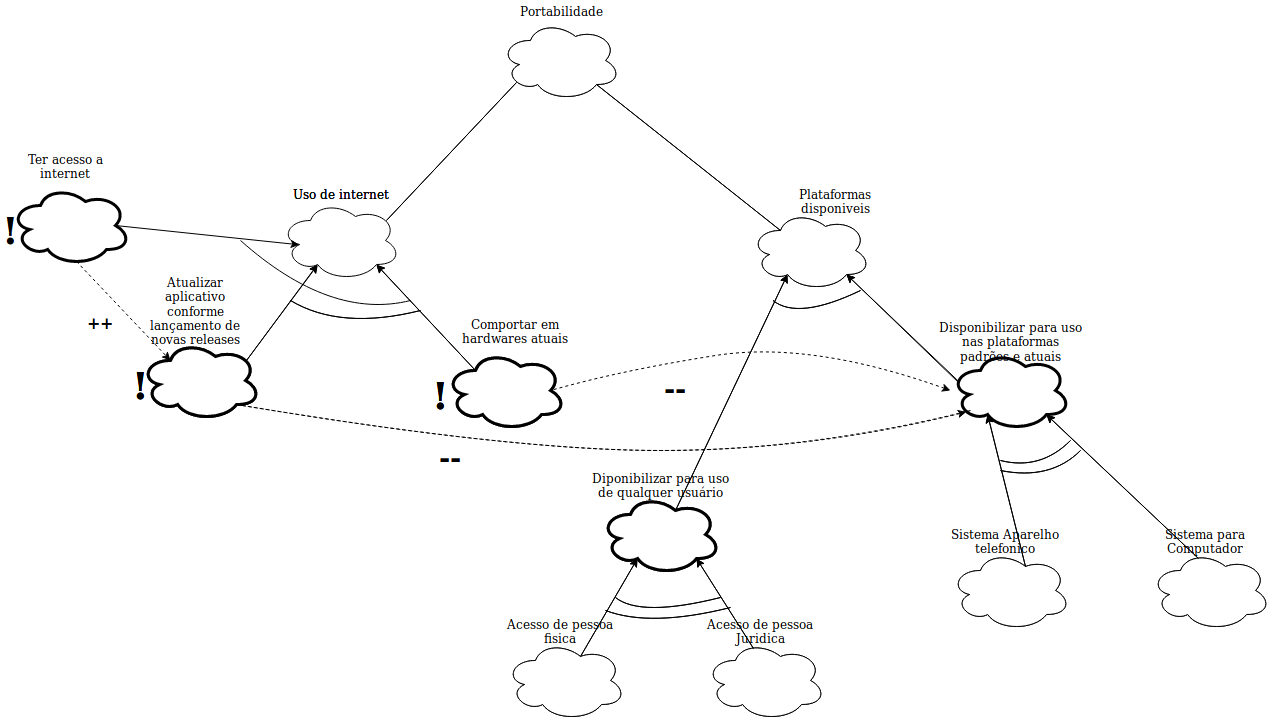
This is docs/img/nfr/nfr_portabilidade.png from fga-disciplinas/2019.1-Guia-Bolso, a draw.io export, as it was before one commit. Source tidied: cells renumbered, new cells last; positions are measured from the earlier drawing's top-left corner, leaving out a move shared by most shapes.
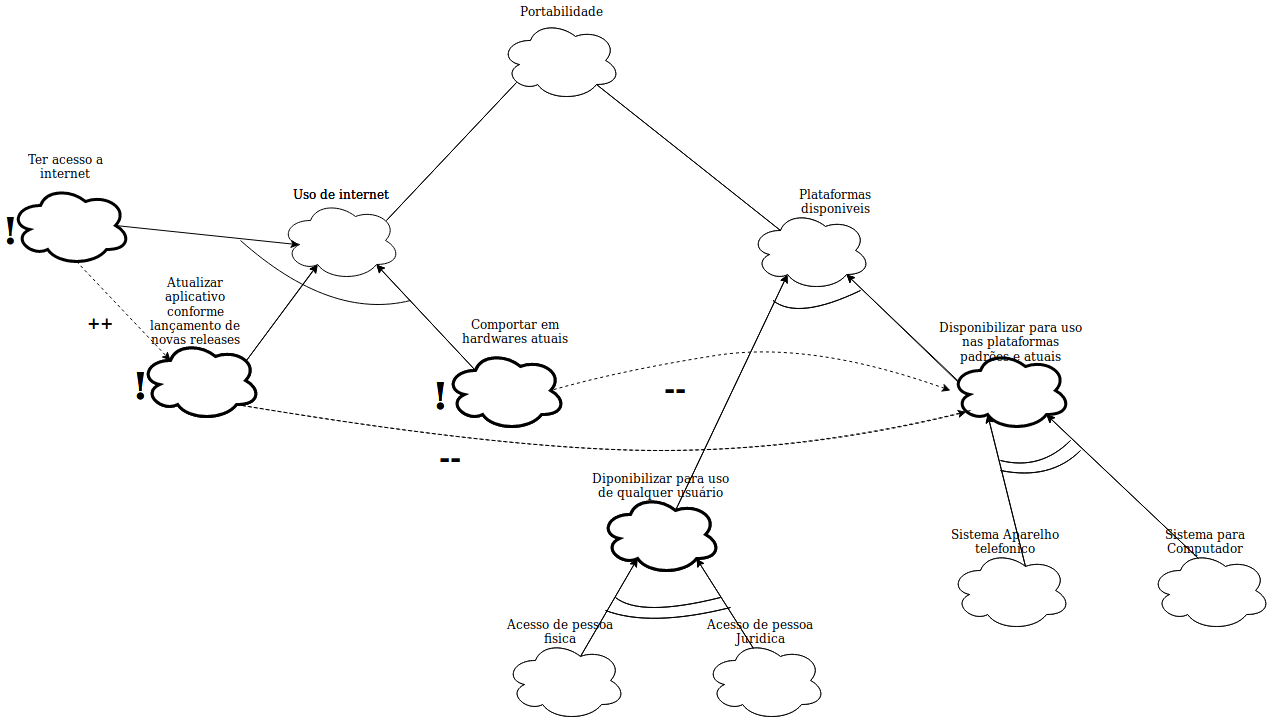
Above is the later version.

Commit message:
Corrigindo logica de portabilidade

What changed in the source:
```diff
@@ -38,15 +38,6 @@
     <mxCell id="13" style="endArrow=classic;html=1;entryX=0.8;entryY=0.8;entryDx=0;entryDy=0;entryPerimeter=0;exitX=0.25;exitY=0.25;exitDx=0;exitDy=0;exitPerimeter=0;endFill=1;" parent="1" edge="1" source="8" target="4">
       <mxGeometry relative="1" as="geometry" />
     </mxCell>
-    <mxCell id="14" style="curved=1;endArrow=none;html=1;endFill=0;" parent="1" edge="1">
-      <mxGeometry relative="1" as="geometry">
-        <mxPoint x="420" y="310" as="sourcePoint" />
-        <mxPoint x="290" y="300" as="targetPoint" />
-        <Array as="points">
-          <mxPoint x="340" y="330" />
-        </Array>
-      </mxGeometry>
-    </mxCell>
     <mxCell id="15" style="endArrow=none;html=1;entryX=0.13;entryY=0.77;entryDx=0;entryDy=0;entryPerimeter=0;exitX=0.88;exitY=0.25;exitDx=0;exitDy=0;exitPerimeter=0;endFill=0;" parent="1" edge="1" source="4" target="2">
       <mxGeometry relative="1" as="geometry" />
     </mxCell>
@@ -197,15 +188,6 @@
         </Array>
       </mxGeometry>
     </mxCell>
-    <mxCell id="50" style="curved=1;endArrow=none;html=1;endFill=0;" parent="1" edge="1">
-      <mxGeometry relative="1" as="geometry">
-        <mxPoint x="420" y="310" as="sourcePoint" />
-        <mxPoint x="290" y="300" as="targetPoint" />
-        <Array as="points">
-          <mxPoint x="340" y="330" />
-        </Array>
-      </mxGeometry>
-    </mxCell>
     <mxCell id="51" style="endArrow=none;html=1;entryX=0.13;entryY=0.77;entryDx=0;entryDy=0;entryPerimeter=0;exitX=0.88;exitY=0.25;exitDx=0;exitDy=0;exitPerimeter=0;endFill=0;" parent="1" edge="1" target="42">
       <mxGeometry relative="1" as="geometry">
         <mxPoint x="385.9" y="220" as="sourcePoint" />
```
